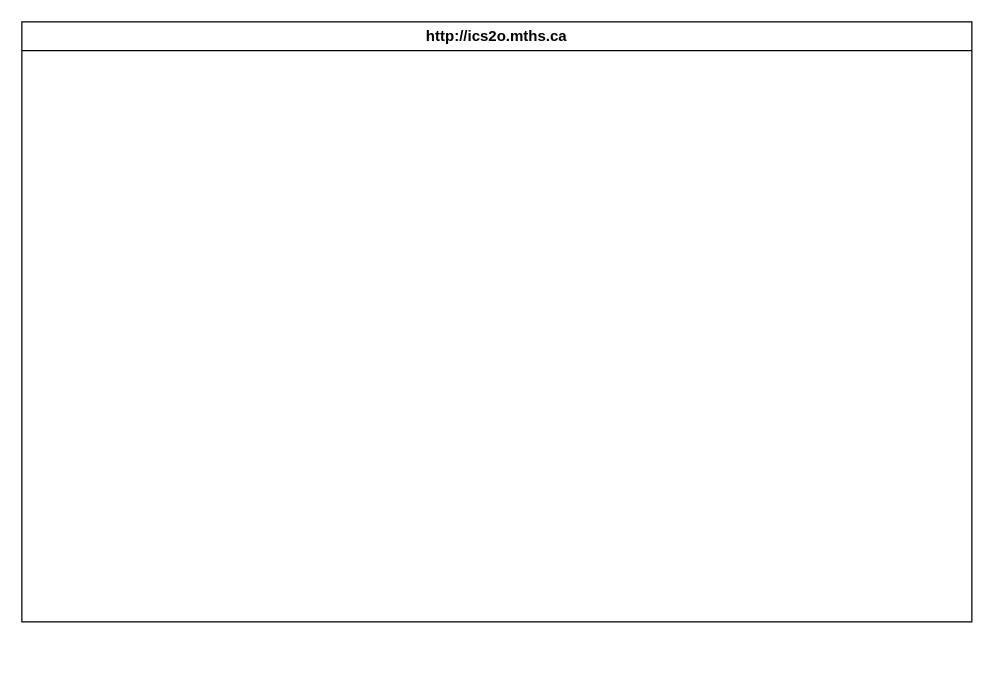
The draw.io diagram design/storyboard.drawio in MTHS-ICD2O-1-2024/ICD2O-Final-Project-devin.boucher, before the edit. Source tidied: cells renumbered, new cells numbered last; positions are measured from the earlier drawing's top-left corner, leaving out a move shared by most shapes. Both pictures are drawn from the tidied source at 125%, with x=0, y=0 at pixel (21, 21). Pictures stored in the file or linked from it are replaced by grey dashed boxes.
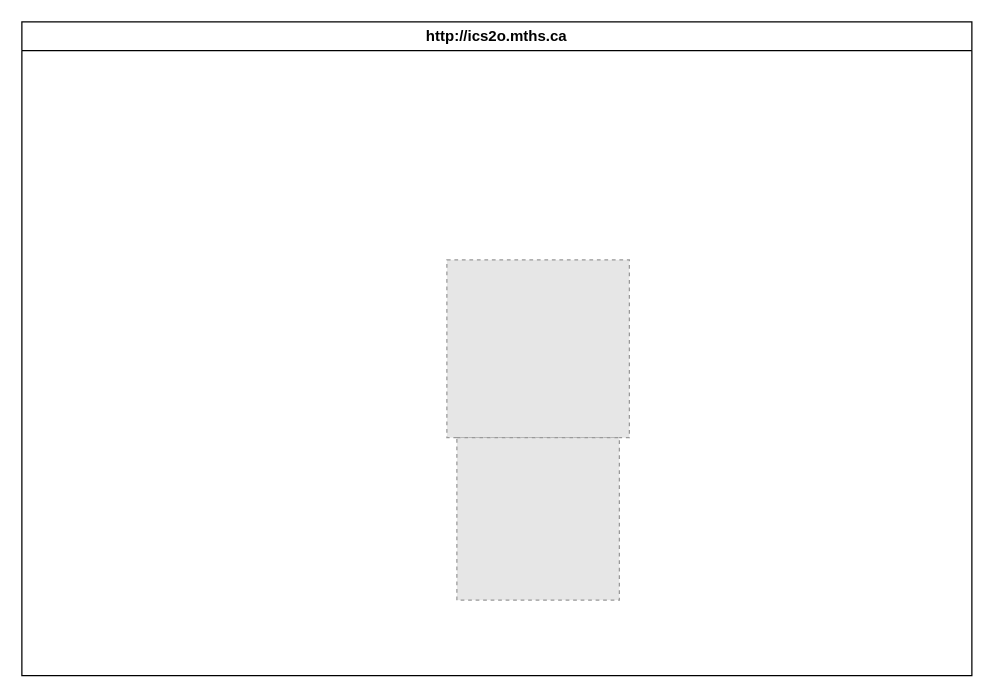
The same page after the edit.

Commit message:
made story board

Diff of the diagram source:
```diff
@@
 <mxGraphModel>
   <root>
     <mxCell id="0" />
     <mxCell id="1" parent="0" />
     <mxCell id="2" value="http://ics2o.mths.ca" style="swimlane;whiteSpace=wrap;html=1;" parent="1" vertex="1">
-      <mxGeometry width="760" height="480" as="geometry" />
+      <mxGeometry width="760" height="523" as="geometry" />
     </mxCell>
+    <mxCell id="3" style="fillColor=#E6E6E6;strokeColor=#999999;dashed=1;verticalLabelPosition=bottom;labelBackgroundColor=default;verticalAlign=top;" parent="2" vertex="1">
+      <mxGeometry x="340" y="190.4" width="146" height="142.2" as="geometry" />
+    </mxCell>
+    <mxCell id="4" style="fillColor=#E6E6E6;strokeColor=#999999;dashed=1;verticalLabelPosition=bottom;labelBackgroundColor=default;verticalAlign=top;" parent="2" vertex="1">
+      <mxGeometry x="348" y="332.6" width="130" height="130" as="geometry" />
+    </mxCell>
   </root>
 </mxGraphModel>
```
